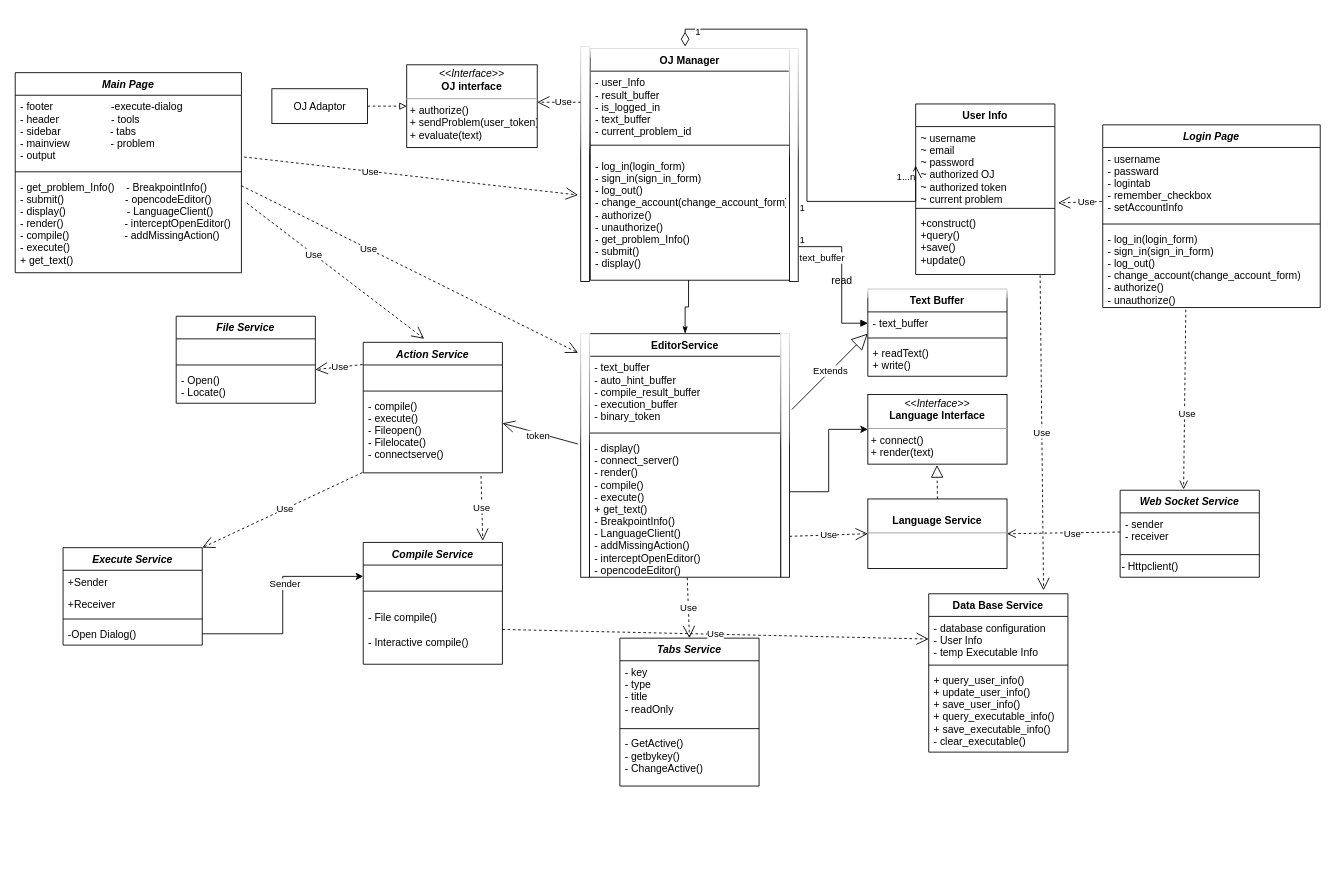
Earlier version of the draw.io diagram OOD_classGraph.drawio (gulang2019/ClaviCode-UML). Source tidied: cells renumbered, new cells numbered last; positions are measured from the earlier drawing's top-left corner, leaving out a move shared by most shapes. Both pictures are drawn from the tidied source at 87%, with x=0, y=0 at pixel (15, 29).
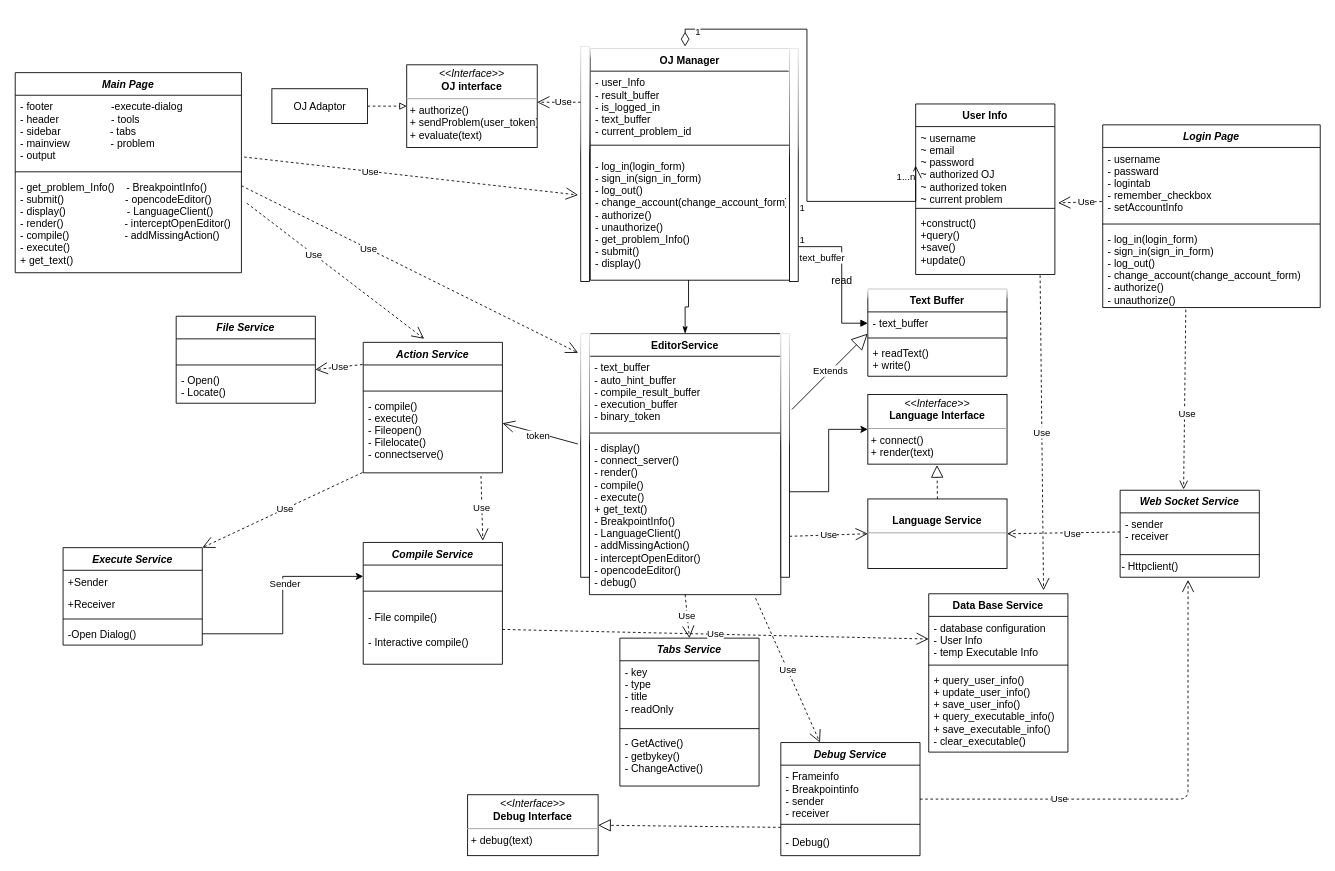
Above is the later version.

The change refers to these unchanged cells:
```xml
<mxCell id="28" value="&lt;div align=&quot;left&quot;&gt;- Httpclient()&lt;/div&gt;" style="text;html=1;align=left;verticalAlign=middle;points=[];strokeColor=none;fillColor=none;" parent="25" vertex="1">
  <mxGeometry y="78" width="160" height="20" as="geometry" />
</mxCell>
<mxCell id="34" value="Tabs Service" style="swimlane;fontStyle=3;align=center;verticalAlign=top;horizontal=1;startSize=26;rounded=0;shadow=0;strokeWidth=1;fontSize=12;" parent="1" vertex="1">
  <mxGeometry x="695" y="700" width="160" height="170" as="geometry" />
</mxCell>
```

What changed in the source:
```diff
@@
     <mxCell id="6" style="group;" parent="1" vertex="1">
-      <mxGeometry x="650" y="350" width="240" height="290" as="geometry" />
+      <mxGeometry x="650" y="350" width="240" height="300" as="geometry" />
     </mxCell>
     <mxCell id="7" value="EditorService" style="swimlane;fontStyle=1;align=center;verticalAlign=top;horizontal=1;startSize=26;" parent="6" vertex="1">
-      <mxGeometry x="10" width="220" height="280" as="geometry" />
+      <mxGeometry x="10" width="220" height="300" as="geometry" />
     </mxCell>
@@
-    <mxCell id="10" value="- display()&#10;- connect_server()&#10;- render()&#10;- compile()&#10;- execute()&#10;+ get_text()&#10;- BreakpointInfo()&#10;- LanguageClient()&#10;- addMissingAction()&#10;- interceptOpenEditor()&#10;- opencodeEditor()" style="text;strokeColor=none;fillColor=none;align=left;verticalAlign=top;spacingLeft=4;spacingRight=4;overflow=hidden;points=[[0,0.5],[1,0.5]];portConstraint=eastwest;" parent="7" vertex="1">
-      <mxGeometry y="118.5" width="220" height="161.5" as="geometry" />
+    <mxCell id="10" value="- display()&#10;- connect_server()&#10;- render()&#10;- compile()&#10;- execute()&#10;+ get_text()&#10;- BreakpointInfo()&#10;- LanguageClient()&#10;- addMissingAction()&#10;- interceptOpenEditor()&#10;- opencodeEditor()&#10;- debug()&#10;" style="text;strokeColor=none;fillColor=none;align=left;verticalAlign=top;spacingLeft=4;spacingRight=4;overflow=hidden;points=[[0,0.5],[1,0.5]];portConstraint=eastwest;" parent="7" vertex="1">
+      <mxGeometry y="118.5" width="220" height="181.5" as="geometry" />
     </mxCell>
@@
-    <mxCell id="55" value="Use" style="endArrow=open;endSize=12;dashed=1;html=1;exitX=0.511;exitY=1.003;exitDx=0;exitDy=0;exitPerimeter=0;entryX=0.5;entryY=0;entryDx=0;entryDy=0;" parent="1" edge="1" source="10" target="34">
-      <mxGeometry relative="1" as="geometry" />
+    <mxCell id="55" value="Use" style="endArrow=open;endSize=12;dashed=1;html=1;entryX=0.5;entryY=0;entryDx=0;entryDy=0;" parent="1" edge="1" target="34">
+      <mxGeometry relative="1" as="geometry">
+        <mxPoint x="770" y="650" as="sourcePoint" />
+      </mxGeometry>
     </mxCell>
@@
+    <mxCell id="101" value="&lt;p style=&quot;margin: 0px ; margin-top: 4px ; text-align: center&quot;&gt;&lt;i&gt;&amp;lt;&amp;lt;Interface&amp;gt;&amp;gt;&lt;/i&gt;&lt;br&gt;&lt;b&gt;Debug Interface&lt;/b&gt;&lt;/p&gt;&lt;hr size=&quot;1&quot;&gt;&lt;p style=&quot;margin: 0px ; margin-left: 4px&quot;&gt;+ debug(text)&lt;/p&gt;&lt;p style=&quot;margin: 0px ; margin-left: 4px&quot;&gt;&lt;br&gt;&lt;/p&gt;" style="verticalAlign=top;align=left;overflow=fill;fontSize=12;fontFamily=Helvetica;html=1;" parent="1" vertex="1">
+      <mxGeometry x="520" y="880" width="150" height="70" as="geometry" />
+    </mxCell>
+    <mxCell id="102" value="Debug Service" style="swimlane;fontStyle=3;align=center;verticalAlign=top;horizontal=1;startSize=26;rounded=0;shadow=0;strokeWidth=1;fontSize=12;" parent="1" vertex="1">
+      <mxGeometry x="880" y="820" width="160" height="130" as="geometry" />
+    </mxCell>
+    <mxCell id="103" value="- Frameinfo&#10;- Breakpointinfo&#10;- sender&#10;- receiver&#10;" style="text;align=left;verticalAlign=top;spacingLeft=4;spacingRight=4;overflow=hidden;fontSize=12;" parent="102" vertex="1">
+      <mxGeometry y="26" width="160" height="64" as="geometry" />
+    </mxCell>
+    <mxCell id="104" style="line;html=1;strokeWidth=1;align=left;verticalAlign=middle;spacingTop=-1;spacingLeft=3;spacingRight=3;labelPosition=right;fontSize=12;" parent="102" vertex="1">
+      <mxGeometry y="90" width="160" height="8" as="geometry" />
+    </mxCell>
+    <mxCell id="105" value="- Debug()" style="text;align=left;verticalAlign=middle;spacingLeft=4;spacingRight=4;overflow=hidden;fontSize=12;" parent="102" vertex="1">
+      <mxGeometry y="98" width="160" height="32" as="geometry" />
+    </mxCell>
+    <mxCell id="106" value="Use" style="endArrow=open;endSize=12;dashed=1;html=1;entryX=1;entryY=0.5;entryDx=0;entryDy=0;exitX=0.868;exitY=1.022;exitDx=0;exitDy=0;exitPerimeter=0;" parent="1" edge="1" source="10">
+      <mxGeometry relative="1" as="geometry">
+        <mxPoint x="925" y="820" as="targetPoint" />
+      </mxGeometry>
+    </mxCell>
+    <mxCell id="107" value="Use" style="endArrow=open;endSize=12;dashed=1;html=1;exitX=1;exitY=0.5;exitDx=0;exitDy=0;entryX=0.488;entryY=1.25;entryDx=0;entryDy=0;entryPerimeter=0;" parent="1" edge="1" source="102" target="28">
+      <mxGeometry x="-0.43" relative="1" as="geometry">
+        <Array as="points">
+          <mxPoint x="1348" y="885" />
+        </Array>
+      </mxGeometry>
+    </mxCell>
+    <mxCell id="108" style="endArrow=block;dashed=1;endFill=0;endSize=12;html=1;fontSize=12;exitX=0;exitY=0.75;exitDx=0;exitDy=0;entryX=1;entryY=0.5;entryDx=0;entryDy=0;" parent="1" edge="1" source="102" target="101">
+      <mxGeometry relative="1" as="geometry" />
+    </mxCell>
```
